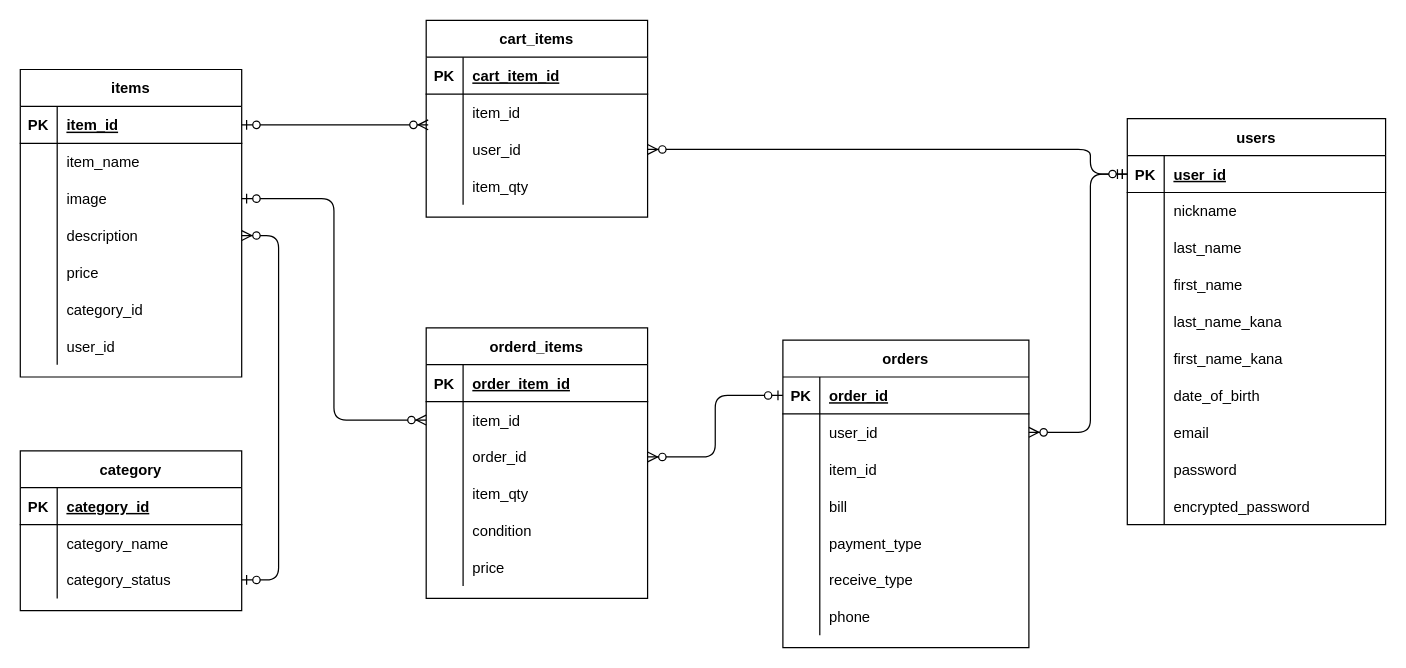
This is ER.dio from fuosa/smartglutton, a draw.io file, before an edit. Source tidied: cells renumbered, new cells numbered last; positions are measured from the earlier drawing's top-left corner, leaving out a move shared by most shapes. Both pictures are drawn from the tidied source at 123%, with x=0, y=0 at pixel (20, 20).
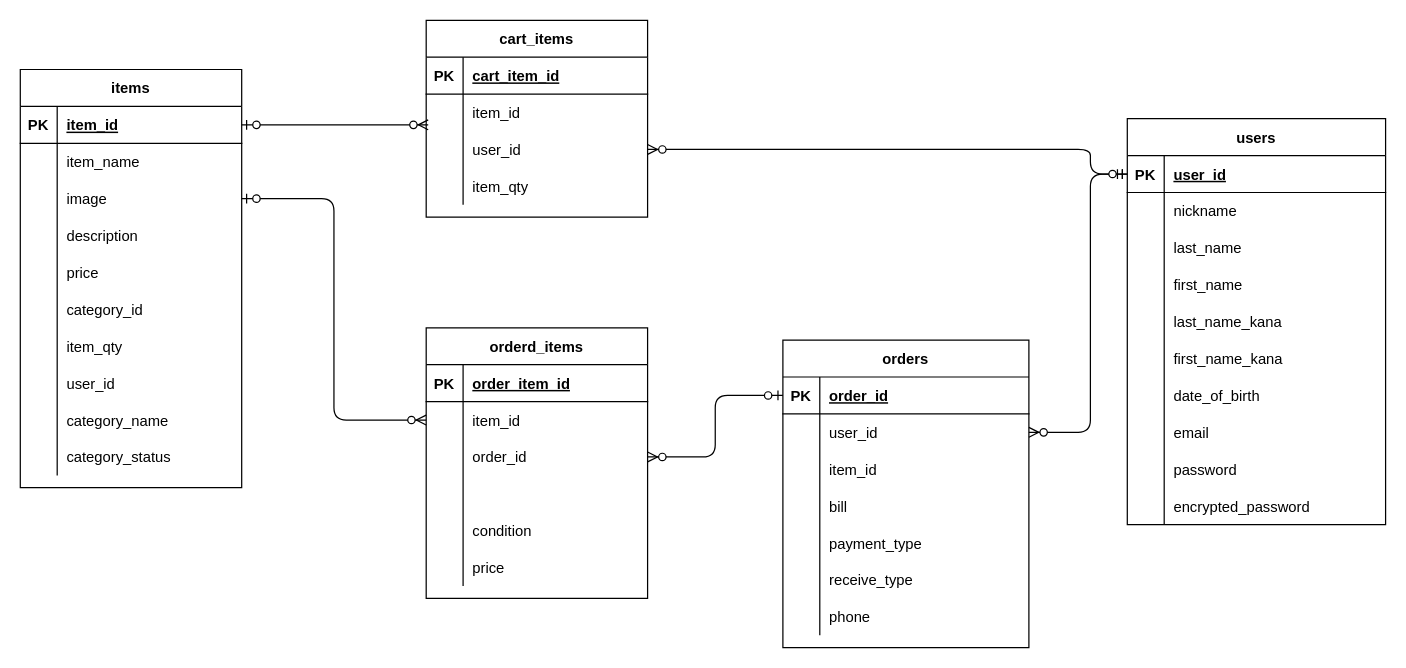
After the change.

Unchanged cells that the change refers to:
```xml
<mxCell id="65" style="shape=partialRectangle;fillColor=none;top=0;left=0;bottom=0;right=0;points=[[0,0.5],[1,0.5]];portConstraint=eastwest;" parent="55" vertex="1">
  <mxGeometry y="120" width="180" height="30" as="geometry" />
</mxCell>
<mxCell id="100" style="shape=partialRectangle;fillColor=none;top=0;left=0;bottom=0;right=0;" parent="90" vertex="1">
  <mxGeometry y="120" width="180" height="30" as="geometry" />
</mxCell>
```

Change to the diagram source:
```diff
@@
     <mxCell id="55" value="items" style="shape=table;startSize=30;childLayout=tableLayout;rowLines=0;fontStyle=1;align=center;" parent="1" vertex="1">
-      <mxGeometry y="40" width="180" height="250" as="geometry" />
+      <mxGeometry y="40" width="180" height="340" as="geometry" />
     </mxCell>
@@
+    <mxCell id="125" style="shape=partialRectangle;fillColor=none;top=0;left=0;bottom=0;right=0;" parent="55" vertex="1">
+      <mxGeometry y="210" width="180" height="30" as="geometry" />
+    </mxCell>
+    <mxCell id="126" style="shape=partialRectangle;fillColor=none;top=0;left=0;bottom=0;right=0;overflow=hidden;" parent="125" vertex="1">
+      <mxGeometry width="30" height="30" as="geometry" />
+    </mxCell>
+    <mxCell id="127" value="item_qty" style="shape=partialRectangle;fillColor=none;top=0;left=0;bottom=0;right=0;align=left;spacingLeft=6;overflow=hidden;" parent="125" vertex="1">
+      <mxGeometry x="30" width="150" height="30" as="geometry" />
+    </mxCell>
     <mxCell id="74" style="shape=partialRectangle;fillColor=none;top=0;left=0;bottom=0;right=0;" parent="55" vertex="1">
-      <mxGeometry y="210" width="180" height="30" as="geometry" />
+      <mxGeometry y="240" width="180" height="30" as="geometry" />
     </mxCell>
@@
+    <mxCell id="128" style="shape=partialRectangle;fillColor=none;top=0;left=0;bottom=0;right=0;" parent="55" vertex="1">
+      <mxGeometry y="270" width="180" height="30" as="geometry" />
+    </mxCell>
+    <mxCell id="129" style="shape=partialRectangle;fillColor=none;top=0;left=0;bottom=0;right=0;overflow=hidden;" parent="128" vertex="1">
+      <mxGeometry width="30" height="30" as="geometry" />
+    </mxCell>
+    <mxCell id="115" value="category_name" style="shape=partialRectangle;fillColor=none;top=0;left=0;bottom=0;right=0;align=left;spacingLeft=6;overflow=hidden;" parent="128" vertex="1">
+      <mxGeometry x="30" width="150" height="30" as="geometry" />
+    </mxCell>
+    <mxCell id="130" style="shape=partialRectangle;fillColor=none;top=0;left=0;bottom=0;right=0;" parent="55" vertex="1">
+      <mxGeometry y="300" width="180" height="30" as="geometry" />
+    </mxCell>
+    <mxCell id="131" style="shape=partialRectangle;fillColor=none;top=0;left=0;bottom=0;right=0;overflow=hidden;" parent="130" vertex="1">
+      <mxGeometry width="30" height="30" as="geometry" />
+    </mxCell>
+    <mxCell id="118" value="category_status" style="shape=partialRectangle;fillColor=none;top=0;left=0;bottom=0;right=0;align=left;spacingLeft=6;overflow=hidden;" parent="130" vertex="1">
+      <mxGeometry x="30" width="150" height="30" as="geometry" />
+    </mxCell>
@@
-    <mxCell id="102" value="item_qty" style="shape=partialRectangle;fillColor=none;top=0;left=0;bottom=0;right=0;align=left;spacingLeft=6;overflow=hidden;" parent="100" vertex="1">
+    <mxCell id="102" style="shape=partialRectangle;fillColor=none;top=0;left=0;bottom=0;right=0;align=left;spacingLeft=6;overflow=hidden;" parent="100" vertex="1">
       <mxGeometry x="30" width="150" height="30" as="geometry" />
     </mxCell>
@@
-    <mxCell id="109" value="category" style="shape=table;startSize=30;childLayout=tableLayout;rowLines=0;fontStyle=1;align=center;" parent="1" vertex="1">
-      <mxGeometry y="350" width="180" height="130" as="geometry" />
-    </mxCell>
-    <mxCell id="110" style="shape=partialRectangle;fillColor=none;top=0;left=0;bottom=1;right=0;" parent="109" vertex="1">
-      <mxGeometry y="30" width="180" height="30" as="geometry" />
-    </mxCell>
-    <mxCell id="111" value="PK" style="shape=partialRectangle;fillColor=none;top=0;left=0;bottom=0;right=0;fontStyle=1;overflow=hidden;" parent="110" vertex="1">
-      <mxGeometry width="30" height="30" as="geometry" />
-    </mxCell>
-    <mxCell id="112" value="category_id" style="shape=partialRectangle;fillColor=none;top=0;left=0;bottom=0;right=0;align=left;spacingLeft=6;fontStyle=5;overflow=hidden;" parent="110" vertex="1">
-      <mxGeometry x="30" width="150" height="30" as="geometry" />
-    </mxCell>
-    <mxCell id="113" style="shape=partialRectangle;fillColor=none;top=0;left=0;bottom=0;right=0;" parent="109" vertex="1">
-      <mxGeometry y="60" width="180" height="30" as="geometry" />
-    </mxCell>
-    <mxCell id="114" style="shape=partialRectangle;fillColor=none;top=0;left=0;bottom=0;right=0;overflow=hidden;" parent="113" vertex="1">
-      <mxGeometry width="30" height="30" as="geometry" />
-    </mxCell>
-    <mxCell id="115" value="category_name" style="shape=partialRectangle;fillColor=none;top=0;left=0;bottom=0;right=0;align=left;spacingLeft=6;overflow=hidden;" parent="113" vertex="1">
-      <mxGeometry x="30" width="150" height="30" as="geometry" />
-    </mxCell>
-    <mxCell id="116" style="shape=partialRectangle;fillColor=none;top=0;left=0;bottom=0;right=0;points=[[0,0.5],[1,0.5]];portConstraint=eastwest;" parent="109" vertex="1">
-      <mxGeometry y="90" width="180" height="30" as="geometry" />
-    </mxCell>
-    <mxCell id="117" style="shape=partialRectangle;fillColor=none;top=0;left=0;bottom=0;right=0;overflow=hidden;" parent="116" vertex="1">
-      <mxGeometry width="30" height="30" as="geometry" />
-    </mxCell>
-    <mxCell id="118" value="category_status" style="shape=partialRectangle;fillColor=none;top=0;left=0;bottom=0;right=0;align=left;spacingLeft=6;overflow=hidden;" parent="116" vertex="1">
-      <mxGeometry x="30" width="150" height="30" as="geometry" />
-    </mxCell>
@@
-    <mxCell id="124" style="edgeStyle=entityRelationEdgeStyle;fontSize=12;html=1;endArrow=ERzeroToMany;startArrow=ERzeroToOne;entryX=1;entryY=0.5;entryDx=0;entryDy=0;exitX=1;exitY=0.5;exitDx=0;exitDy=0;" parent="1" edge="1" source="116" target="65">
-      <mxGeometry relative="1" as="geometry" />
-    </mxCell>
```
